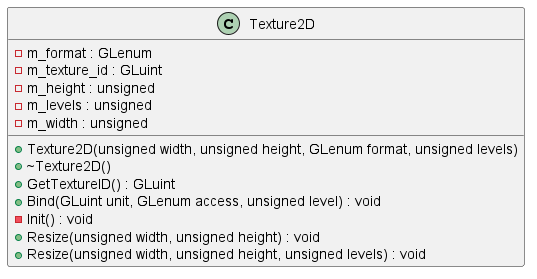
The PlantUML diagram docs/plantuml/Texture2D_class_diagram.png in monkeysoop/szakdoga, before a commit. Source of this version:
```plantuml
@startuml



class Texture2D {
	+Texture2D(unsigned width, unsigned height, GLenum format, unsigned levels)
	+~Texture2D()
	-m_format : GLenum
	+GetTextureID() : GLuint
	-m_texture_id : GLuint
	-m_height : unsigned
	-m_levels : unsigned
	-m_width : unsigned
	+Bind(GLuint unit, GLenum access, unsigned level) : void
	-Init() : void
	+Resize(unsigned width, unsigned height) : void
	+Resize(unsigned width, unsigned height, unsigned levels) : void
}



@enduml
```
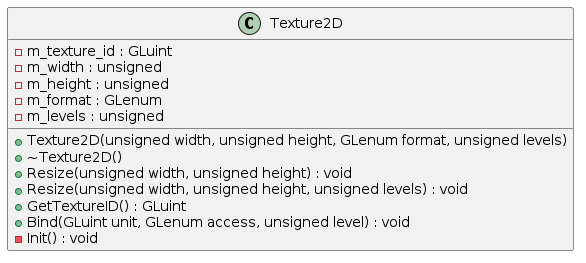
Above is the later version.

What changed in the source:
```diff
@@ -5,16 +5,16 @@
 class Texture2D {
 	+Texture2D(unsigned width, unsigned height, GLenum format, unsigned levels)
 	+~Texture2D()
-	-m_format : GLenum
-	+GetTextureID() : GLuint
-	-m_texture_id : GLuint
-	-m_height : unsigned
-	-m_levels : unsigned
-	-m_width : unsigned
-	+Bind(GLuint unit, GLenum access, unsigned level) : void
-	-Init() : void
 	+Resize(unsigned width, unsigned height) : void
 	+Resize(unsigned width, unsigned height, unsigned levels) : void
+	+GetTextureID() : GLuint
+	+Bind(GLuint unit, GLenum access, unsigned level) : void
+	-m_texture_id : GLuint
+	-m_width : unsigned
+	-m_height : unsigned
+	-m_format : GLenum
+	-m_levels : unsigned
+	-Init() : void
 }
 
 
```
